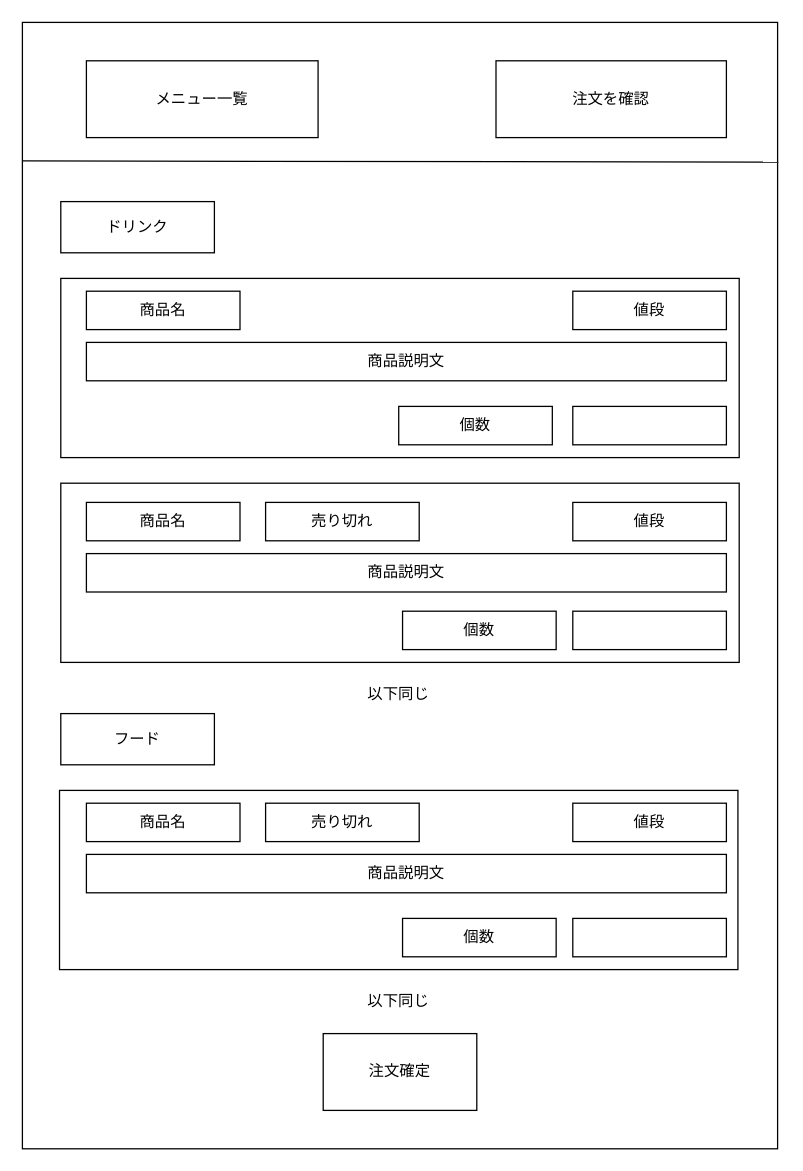
The draw.io diagram docs/13-3/cafe-wireframe.drawio in basstuba/post-app-practice, before the edit. Source tidied: cells renumbered, new cells numbered last; positions are measured from the earlier drawing's top-left corner, leaving out a move shared by most shapes. Both pictures are drawn from the tidied source at 128%, with x=0, y=0 at pixel (22, 22).
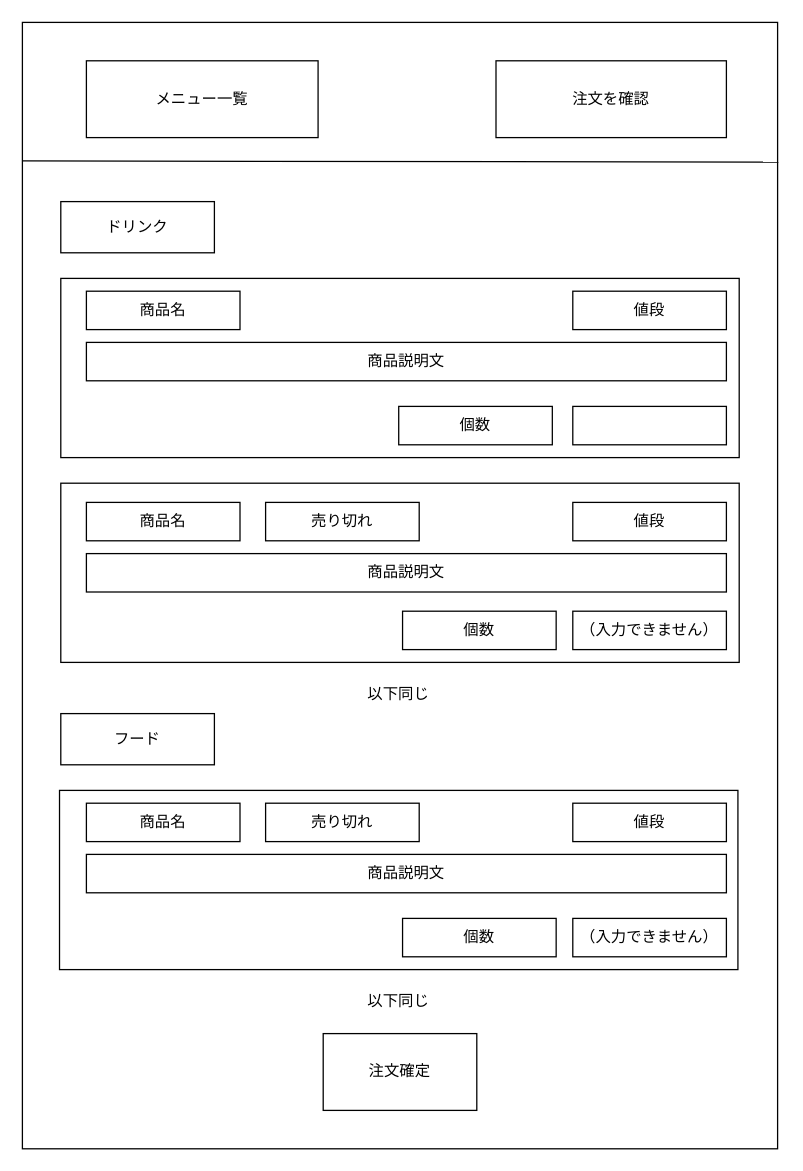
The same diagram, later.

What changed in the source:
```diff
@@
-    <mxCell id="23" style="rounded=0;whiteSpace=wrap;html=1;" parent="1" vertex="1">
+    <mxCell id="23" value="（入力できません）" style="rounded=0;whiteSpace=wrap;html=1;" parent="1" vertex="1">
       <mxGeometry x="430" y="460" width="120" height="30" as="geometry" />
     </mxCell>
@@
-    <mxCell id="33" style="rounded=0;whiteSpace=wrap;html=1;" parent="1" vertex="1">
+    <mxCell id="33" value="（入力できません）" style="rounded=0;whiteSpace=wrap;html=1;" parent="1" vertex="1">
       <mxGeometry x="430" y="700" width="120" height="30" as="geometry" />
     </mxCell>
```
